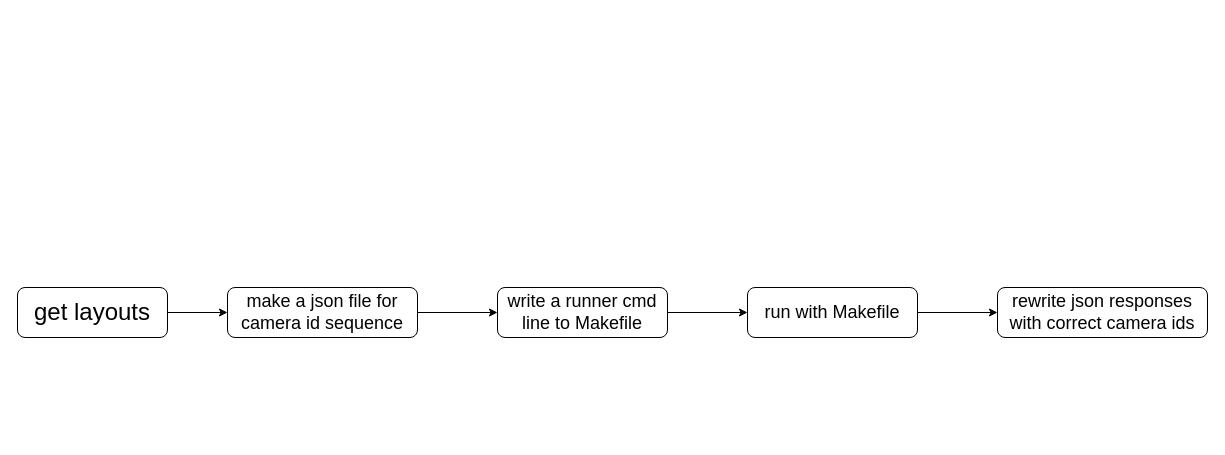
Above: istream.drawio in mbicl/test (draw.io), before the change. Source tidied: cells renumbered, new cells numbered last; positions are measured from the earlier drawing's top-left corner, leaving out a move shared by most shapes. Both pictures are drawn from the tidied source at 100%, with x=0, y=0 at pixel (17, 287).
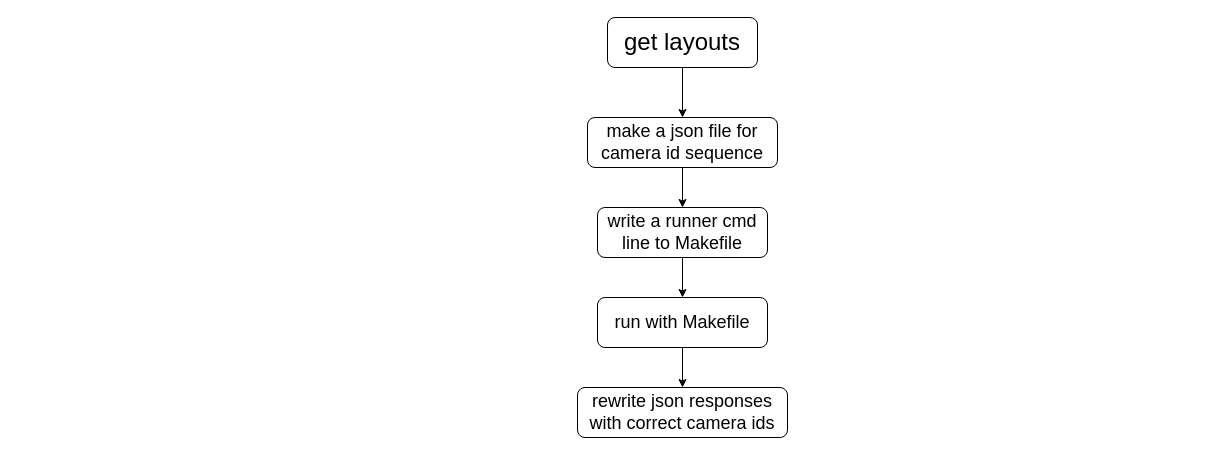
The same page after the edit.

Diff of the diagram source:
```diff
@@
 <mxGraphModel>
   <root>
     <mxCell id="0" />
     <mxCell id="1" parent="0" />
-    <mxCell id="2" style="edgeStyle=orthogonalEdgeStyle;rounded=0;jettySize=auto;html=1;entryX=0;entryY=0.5;entryDx=0;entryDy=0;" parent="1" edge="1" source="3" target="5">
+    <mxCell id="2" style="edgeStyle=orthogonalEdgeStyle;rounded=0;jettySize=auto;html=1;entryX=0.5;entryY=0;entryDx=0;entryDy=0;" parent="1" edge="1" source="3" target="5">
       <mxGeometry relative="1" as="geometry" />
     </mxCell>
     <mxCell id="3" value="&lt;font style=&quot;font-size: 24px;&quot;&gt;get layouts&lt;/font&gt;" style="rounded=1;whiteSpace=wrap;html=1;" parent="1" vertex="1">
-      <mxGeometry width="150" height="50" as="geometry" />
+      <mxGeometry x="590" y="-270" width="150" height="50" as="geometry" />
     </mxCell>
-    <mxCell id="4" style="edgeStyle=orthogonalEdgeStyle;rounded=0;jettySize=auto;html=1;entryX=0;entryY=0.5;entryDx=0;entryDy=0;" parent="1" edge="1" source="5" target="7">
+    <mxCell id="4" style="edgeStyle=orthogonalEdgeStyle;rounded=0;jettySize=auto;html=1;entryX=0.5;entryY=0;entryDx=0;entryDy=0;" parent="1" edge="1" source="5" target="7">
       <mxGeometry relative="1" as="geometry" />
     </mxCell>
     <mxCell id="5" value="&lt;font style=&quot;font-size: 18px;&quot;&gt;make a json file for camera id sequence&lt;/font&gt;" style="rounded=1;whiteSpace=wrap;html=1;" parent="1" vertex="1">
-      <mxGeometry x="210" width="190" height="50" as="geometry" />
+      <mxGeometry x="570" y="-170" width="190" height="50" as="geometry" />
     </mxCell>
     <mxCell id="6" style="edgeStyle=orthogonalEdgeStyle;rounded=0;jettySize=auto;html=1;" parent="1" edge="1" source="7" target="9">
       <mxGeometry relative="1" as="geometry" />
     </mxCell>
     <mxCell id="7" value="&lt;font style=&quot;font-size: 18px;&quot;&gt;write a runner cmd line to Makefile&lt;/font&gt;" style="rounded=1;whiteSpace=wrap;html=1;" parent="1" vertex="1">
-      <mxGeometry x="480" width="170" height="50" as="geometry" />
+      <mxGeometry x="580" y="-80" width="170" height="50" as="geometry" />
     </mxCell>
     <mxCell id="8" style="edgeStyle=orthogonalEdgeStyle;rounded=0;jettySize=auto;html=1;" parent="1" edge="1" source="9" target="10">
       <mxGeometry relative="1" as="geometry" />
     </mxCell>
     <mxCell id="9" value="&lt;font style=&quot;font-size: 18px;&quot;&gt;run with Makefile&lt;/font&gt;" style="rounded=1;whiteSpace=wrap;html=1;" parent="1" vertex="1">
-      <mxGeometry x="730" width="170" height="50" as="geometry" />
+      <mxGeometry x="580" y="10" width="170" height="50" as="geometry" />
     </mxCell>
     <mxCell id="10" value="&lt;span style=&quot;font-size: 18px;&quot;&gt;rewrite json responses with correct camera ids&lt;/span&gt;" style="rounded=1;whiteSpace=wrap;html=1;" parent="1" vertex="1">
-      <mxGeometry x="980" width="210" height="50" as="geometry" />
+      <mxGeometry x="560" y="100" width="210" height="50" as="geometry" />
     </mxCell>
   </root>
 </mxGraphModel>
```
